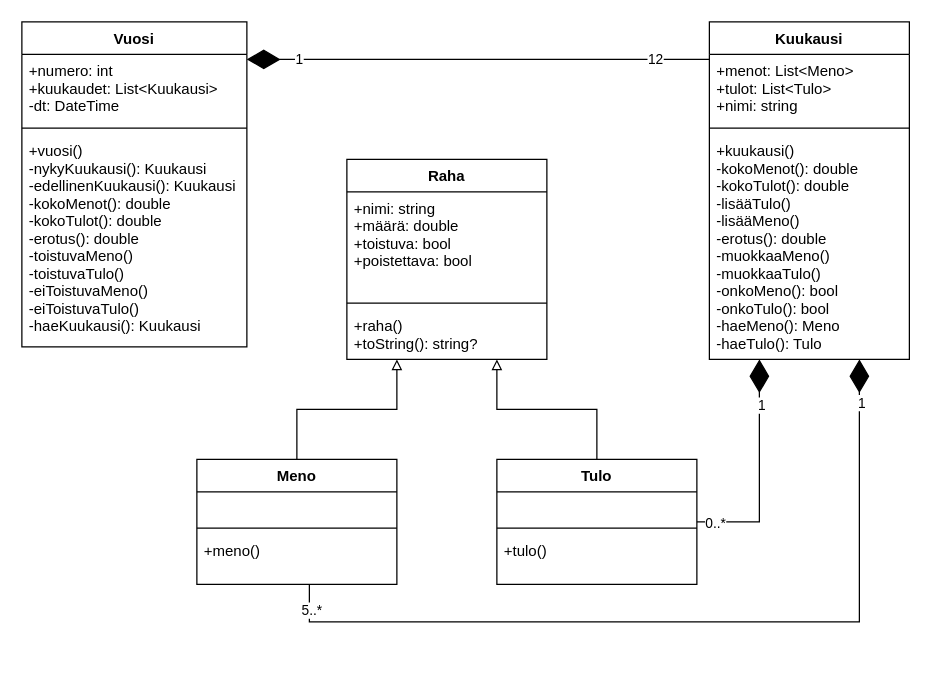
The draw.io diagram Kuvaajat/luokkadiagrammi.drawio in MattiTontti/Budjettilaskuri, before the edit. Source tidied: cells renumbered, new cells numbered last; positions are measured from the earlier drawing's top-left corner, leaving out a move shared by most shapes. Both pictures are drawn from the tidied source at 125%, with x=0, y=0 at pixel (21, 21).
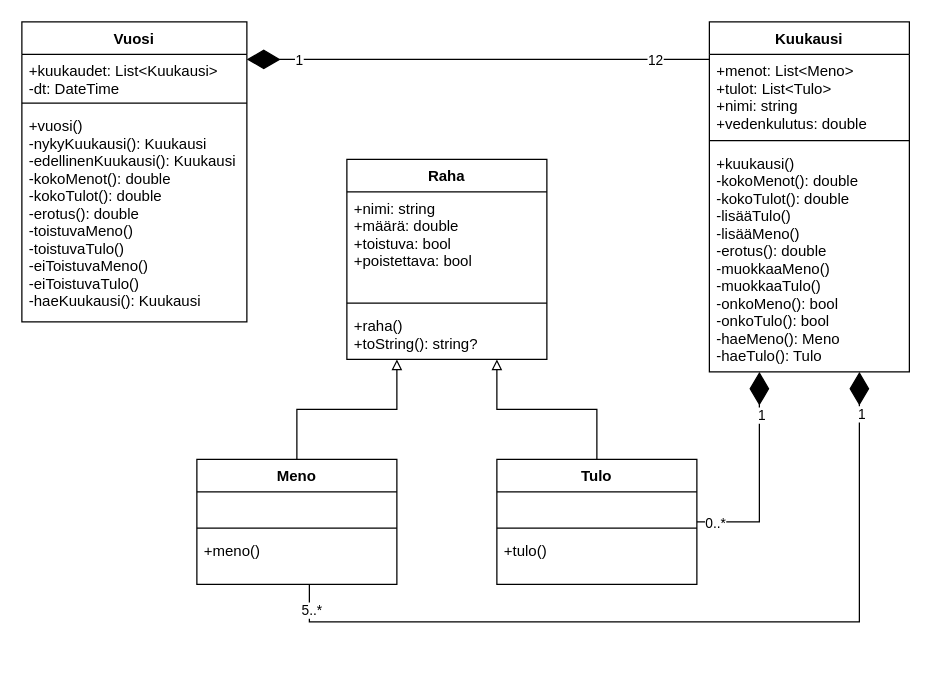
Above is the later version.

Diff of the diagram source:
```diff
@@
     <mxCell id="2" value="Vuosi" style="swimlane;fontStyle=1;align=center;verticalAlign=top;horizontal=1;startSize=26;swimlaneLine=1;" parent="1" vertex="1">
-      <mxGeometry width="180" height="260" as="geometry" />
+      <mxGeometry width="180" height="240" as="geometry" />
     </mxCell>
-    <mxCell id="3" value="+numero: int&#10;+kuukaudet: List&lt;Kuukausi&gt;&#10;-dt: DateTime&#10;&#10;" style="text;strokeColor=none;fillColor=none;align=left;verticalAlign=top;spacingLeft=4;spacingRight=4;overflow=hidden;points=[[0,0.5],[1,0.5]];portConstraint=eastwest;" parent="2" vertex="1">
-      <mxGeometry y="26" width="180" height="54" as="geometry" />
+    <mxCell id="3" value="+kuukaudet: List&lt;Kuukausi&gt;&#10;-dt: DateTime&#10;&#10;" style="text;strokeColor=none;fillColor=none;align=left;verticalAlign=top;spacingLeft=4;spacingRight=4;overflow=hidden;points=[[0,0.5],[1,0.5]];portConstraint=eastwest;" parent="2" vertex="1">
+      <mxGeometry y="26" width="180" height="34" as="geometry" />
     </mxCell>
     <mxCell id="4" style="line;strokeWidth=1;fillColor=none;align=left;verticalAlign=middle;spacingTop=-1;spacingLeft=3;spacingRight=3;labelPosition=right;strokeColor=inherit;" parent="2" vertex="1">
-      <mxGeometry y="80" width="180" height="10" as="geometry" />
+      <mxGeometry y="60" width="180" height="10" as="geometry" />
     </mxCell>
     <mxCell id="5" value="+vuosi()&#10;-nykyKuukausi(): Kuukausi&#10;-edellinenKuukausi(): Kuukausi&#10;-kokoMenot(): double&#10;-kokoTulot(): double&#10;-erotus(): double&#10;-toistuvaMeno()&#10;-toistuvaTulo()&#10;-eiToistuvaMeno()&#10;-eiToistuvaTulo()&#10;-haeKuukausi(): Kuukausi&#10;&#10;&#10;&#10;" style="text;strokeColor=none;fillColor=none;align=left;verticalAlign=top;spacingLeft=4;spacingRight=4;overflow=hidden;" parent="2" vertex="1">
-      <mxGeometry y="90" width="180" height="170" as="geometry" />
+      <mxGeometry y="70" width="180" height="170" as="geometry" />
     </mxCell>
     <mxCell id="6" value="Kuukausi" style="swimlane;fontStyle=1;align=center;verticalAlign=top;horizontal=1;startSize=26;swimlaneLine=1;" parent="1" vertex="1">
-      <mxGeometry x="550" width="160" height="270" as="geometry" />
+      <mxGeometry x="550" width="160" height="280" as="geometry" />
     </mxCell>
-    <mxCell id="7" value="+menot: List&lt;Meno&gt;&#10;+tulot: List&lt;Tulo&gt;&#10;+nimi: string&#10;&#10;" style="text;strokeColor=none;fillColor=none;align=left;verticalAlign=top;spacingLeft=4;spacingRight=4;overflow=hidden;points=[[0,0.5],[1,0.5]];portConstraint=eastwest;" parent="6" vertex="1">
-      <mxGeometry y="26" width="160" height="54" as="geometry" />
+    <mxCell id="7" value="+menot: List&lt;Meno&gt;&#10;+tulot: List&lt;Tulo&gt;&#10;+nimi: string&#10;+vedenkulutus: double&#10;&#10;&#10;" style="text;strokeColor=none;fillColor=none;align=left;verticalAlign=top;spacingLeft=4;spacingRight=4;overflow=hidden;points=[[0,0.5],[1,0.5]];portConstraint=eastwest;" parent="6" vertex="1">
+      <mxGeometry y="26" width="160" height="64" as="geometry" />
     </mxCell>
     <mxCell id="8" style="line;strokeWidth=1;fillColor=none;align=left;verticalAlign=middle;spacingTop=-1;spacingLeft=3;spacingRight=3;labelPosition=right;strokeColor=inherit;" parent="6" vertex="1">
-      <mxGeometry y="80" width="160" height="10" as="geometry" />
+      <mxGeometry y="90" width="160" height="10" as="geometry" />
     </mxCell>
     <mxCell id="9" value="+kuukausi()&#10;-kokoMenot(): double&#10;-kokoTulot(): double&#10;-lisääTulo()&#10;-lisääMeno()&#10;-erotus(): double&#10;-muokkaaMeno()&#10;-muokkaaTulo()&#10;-onkoMeno(): bool&#10;-onkoTulo(): bool&#10;-haeMeno(): Meno&#10;-haeTulo(): Tulo&#10;&#10;&#10;&#10;&#10;&#10;" style="text;strokeColor=none;fillColor=none;align=left;verticalAlign=top;spacingLeft=4;spacingRight=4;overflow=hidden;points=[[0,0.5],[1,0.5]];portConstraint=eastwest;" parent="6" vertex="1">
-      <mxGeometry y="90" width="160" height="180" as="geometry" />
+      <mxGeometry y="100" width="160" height="180" as="geometry" />
     </mxCell>
@@
-    <mxCell id="24" style="endArrow=diamondThin;endFill=1;endSize=24;html=1;rounded=0;fontFamily=Helvetica;entryX=1;entryY=0.074;entryDx=0;entryDy=0;entryPerimeter=0;exitX=0;exitY=0.074;exitDx=0;exitDy=0;exitPerimeter=0;" parent="1" edge="1" source="7" target="3">
-      <mxGeometry relative="1" as="geometry" />
+    <mxCell id="24" style="endArrow=diamondThin;endFill=1;endSize=24;html=1;rounded=0;fontFamily=Helvetica;exitX=0;exitY=0.063;exitDx=0;exitDy=0;exitPerimeter=0;" parent="1" edge="1" source="7">
+      <mxGeometry relative="1" as="geometry">
+        <mxPoint x="180" y="30" as="targetPoint" />
+      </mxGeometry>
     </mxCell>
@@
     <mxCell id="27" style="endArrow=diamondThin;endFill=1;endSize=24;html=1;rounded=0;fontFamily=Helvetica;" parent="1" edge="1">
       <mxGeometry relative="1" as="geometry">
         <mxPoint x="540" y="400" as="sourcePoint" />
-        <mxPoint x="590" y="270" as="targetPoint" />
+        <mxPoint x="590" y="280" as="targetPoint" />
         <Array as="points">
           <mxPoint x="590" y="400" />
         </Array>
       </mxGeometry>
     </mxCell>
```
